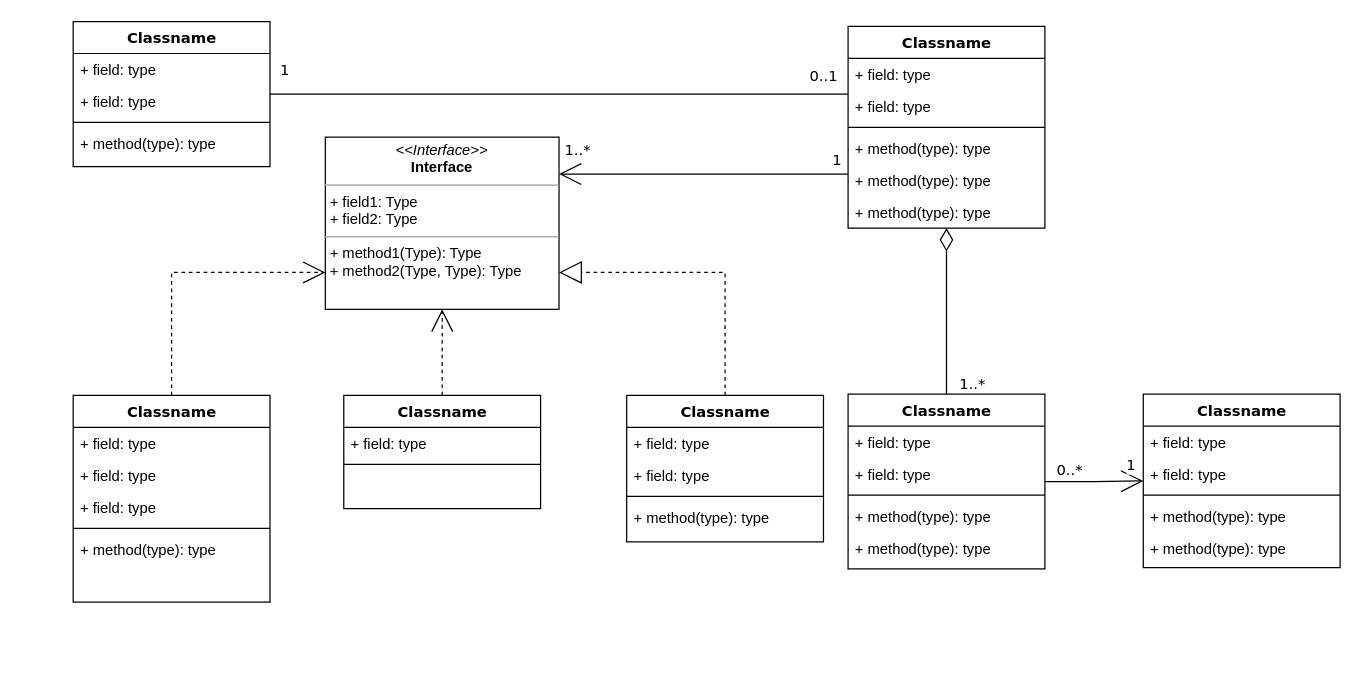
This is Untitled Diagram.drawio from amitkumar-29/java-practice, a draw.io file, before an edit. Source tidied: cells renumbered, new cells numbered last; positions are measured from the earlier drawing's top-left corner, leaving out a move shared by most shapes. Both pictures are drawn from the tidied source at 123%, with x=0, y=0 at pixel (73, 21).
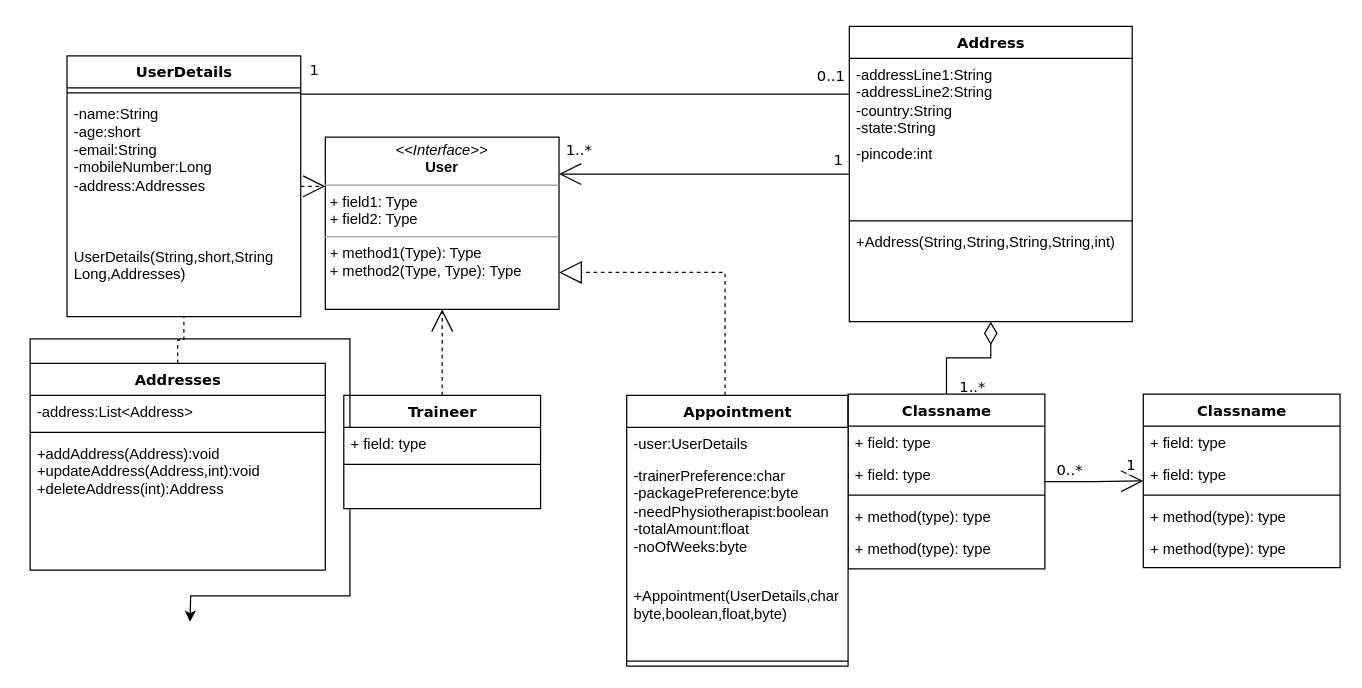
The same page after the edit.

Diff of the diagram source:
```diff
@@
-    <mxCell id="2" style="edgeStyle=orthogonalEdgeStyle;rounded=0;html=1;dashed=1;labelBackgroundColor=none;startArrow=none;startFill=0;startSize=8;endArrow=open;endFill=0;endSize=16;fontFamily=Verdana;fontSize=12;" parent="1" edge="1" source="3" target="54">
+    <mxCell id="2" style="edgeStyle=orthogonalEdgeStyle;rounded=0;html=1;dashed=1;labelBackgroundColor=none;startArrow=none;startFill=0;startSize=8;endArrow=open;endFill=0;endSize=16;fontFamily=Verdana;fontSize=12;" parent="1" edge="1" source="9" target="54">
       <mxGeometry relative="1" as="geometry">
         <Array as="points">
           <mxPoint x="80" y="204" />
         </Array>
       </mxGeometry>
     </mxCell>
+    <mxCell id="55" style="edgeStyle=orthogonalEdgeStyle;rounded=0;jettySize=auto;html=1;exitX=0;exitY=0;exitDx=0;exitDy=0;" parent="1" edge="1" source="3">
+      <mxGeometry relative="1" as="geometry">
+        <mxPoint x="95" y="488" as="targetPoint" />
+      </mxGeometry>
+    </mxCell>
-    <mxCell id="3" value="Classname" style="swimlane;html=1;fontStyle=1;align=center;verticalAlign=top;horizontal=1;startSize=26;swimlaneFillColor=#ffffff;rounded=0;shadow=0;comic=0;labelBackgroundColor=none;strokeWidth=1;fillColor=none;fontFamily=Verdana;fontSize=12;" parent="1" vertex="1">
-      <mxGeometry y="304" width="160" height="168" as="geometry" />
+    <mxCell id="3" value="Addresses" style="swimlane;html=1;fontStyle=1;align=center;verticalAlign=top;horizontal=1;startSize=26;swimlaneFillColor=#ffffff;rounded=0;shadow=0;comic=0;labelBackgroundColor=none;strokeWidth=1;fillColor=none;fontFamily=Verdana;fontSize=12;" parent="1" vertex="1">
+      <mxGeometry x="-35" y="278" width="240" height="168" as="geometry" />
     </mxCell>
-    <mxCell id="4" value="+ field: type" style="text;html=1;strokeColor=none;fillColor=none;align=left;verticalAlign=top;spacingLeft=4;spacingRight=4;whiteSpace=wrap;overflow=hidden;" parent="3" vertex="1">
-      <mxGeometry y="26" width="160" height="26" as="geometry" />
+    <mxCell id="4" value="-address:List&amp;lt;Address&amp;gt;" style="text;html=1;strokeColor=none;fillColor=none;align=left;verticalAlign=top;spacingLeft=4;spacingRight=4;whiteSpace=wrap;overflow=hidden;" parent="3" vertex="1">
+      <mxGeometry y="26" width="240" height="26" as="geometry" />
     </mxCell>
-    <mxCell id="5" value="+ field: type" style="text;html=1;strokeColor=none;fillColor=none;align=left;verticalAlign=top;spacingLeft=4;spacingRight=4;whiteSpace=wrap;overflow=hidden;" parent="3" vertex="1">
-      <mxGeometry y="52" width="160" height="26" as="geometry" />
-    </mxCell>
-    <mxCell id="6" value="+ field: type" style="text;html=1;strokeColor=none;fillColor=none;align=left;verticalAlign=top;spacingLeft=4;spacingRight=4;whiteSpace=wrap;overflow=hidden;" parent="3" vertex="1">
-      <mxGeometry y="78" width="160" height="26" as="geometry" />
-    </mxCell>
     <mxCell id="7" style="line;html=1;strokeWidth=1;fillColor=none;align=left;verticalAlign=middle;spacingTop=-1;spacingLeft=3;spacingRight=3;labelPosition=right;" parent="3" vertex="1">
-      <mxGeometry y="104" width="160" height="8" as="geometry" />
+      <mxGeometry y="52" width="240" height="8" as="geometry" />
     </mxCell>
-    <mxCell id="8" value="+ method(type): type" style="text;html=1;strokeColor=none;fillColor=none;align=left;verticalAlign=top;spacingLeft=4;spacingRight=4;whiteSpace=wrap;overflow=hidden;" parent="3" vertex="1">
-      <mxGeometry y="112" width="160" height="26" as="geometry" />
+    <mxCell id="8" value="+addAddress(Address):void&lt;br&gt;+updateAddress(Address,int):void&lt;br&gt;+deleteAddress(int):Address" style="text;html=1;strokeColor=none;fillColor=none;align=left;verticalAlign=top;spacingLeft=4;spacingRight=4;whiteSpace=wrap;overflow=hidden;" parent="3" vertex="1">
+      <mxGeometry y="60" width="240" height="90" as="geometry" />
     </mxCell>
-    <mxCell id="9" value="Classname" style="swimlane;html=1;fontStyle=1;align=center;verticalAlign=top;horizontal=1;startSize=26;swimlaneFillColor=#ffffff;rounded=0;shadow=0;comic=0;labelBackgroundColor=none;strokeWidth=1;fillColor=none;fontFamily=Verdana;fontSize=12;" parent="1" vertex="1">
-      <mxGeometry width="160" height="118" as="geometry" />
-    </mxCell>
-    <mxCell id="10" value="+ field: type" style="text;html=1;strokeColor=none;fillColor=none;align=left;verticalAlign=top;spacingLeft=4;spacingRight=4;whiteSpace=wrap;overflow=hidden;" parent="9" vertex="1">
-      <mxGeometry y="26" width="160" height="26" as="geometry" />
-    </mxCell>
-    <mxCell id="11" value="+ field: type" style="text;html=1;strokeColor=none;fillColor=none;align=left;verticalAlign=top;spacingLeft=4;spacingRight=4;whiteSpace=wrap;overflow=hidden;" parent="9" vertex="1">
-      <mxGeometry y="52" width="160" height="26" as="geometry" />
-    </mxCell>
-    <mxCell id="12" style="line;html=1;strokeWidth=1;fillColor=none;align=left;verticalAlign=middle;spacingTop=-1;spacingLeft=3;spacingRight=3;labelPosition=right;" parent="9" vertex="1">
-      <mxGeometry y="78" width="160" height="8" as="geometry" />
-    </mxCell>
-    <mxCell id="13" value="+ method(type): type" style="text;html=1;strokeColor=none;fillColor=none;align=left;verticalAlign=top;spacingLeft=4;spacingRight=4;whiteSpace=wrap;overflow=hidden;" parent="9" vertex="1">
-      <mxGeometry y="86" width="160" height="26" as="geometry" />
-    </mxCell>
@@
-    <mxCell id="20" value="Classname" style="swimlane;html=1;fontStyle=1;align=center;verticalAlign=top;horizontal=1;startSize=26;swimlaneFillColor=#ffffff;rounded=0;shadow=0;comic=0;labelBackgroundColor=none;strokeWidth=1;fillColor=none;fontFamily=Verdana;fontSize=12;" parent="1" vertex="1">
-      <mxGeometry x="630" y="4" width="160" height="164" as="geometry" />
+    <mxCell id="20" value="Address" style="swimlane;html=1;fontStyle=1;align=center;verticalAlign=top;horizontal=1;startSize=26;swimlaneFillColor=#ffffff;rounded=0;shadow=0;comic=0;labelBackgroundColor=none;strokeWidth=1;fillColor=none;fontFamily=Verdana;fontSize=12;" parent="1" vertex="1">
+      <mxGeometry x="631" y="4" width="230" height="240" as="geometry" />
     </mxCell>
-    <mxCell id="21" value="+ field: type" style="text;html=1;strokeColor=none;fillColor=none;align=left;verticalAlign=top;spacingLeft=4;spacingRight=4;whiteSpace=wrap;overflow=hidden;" parent="20" vertex="1">
-      <mxGeometry y="26" width="160" height="26" as="geometry" />
-    </mxCell>
-    <mxCell id="22" value="+ field: type" style="text;html=1;strokeColor=none;fillColor=none;align=left;verticalAlign=top;spacingLeft=4;spacingRight=4;whiteSpace=wrap;overflow=hidden;" parent="20" vertex="1">
-      <mxGeometry y="52" width="160" height="26" as="geometry" />
+    <mxCell id="22" value="-addressLine1:String&lt;br&gt;-addressLine2:String&lt;br&gt;-country:String&lt;br&gt;-state:String" style="text;html=1;strokeColor=none;fillColor=none;align=left;verticalAlign=top;spacingLeft=4;spacingRight=4;whiteSpace=wrap;overflow=hidden;" parent="20" vertex="1">
+      <mxGeometry y="26" width="230" height="64" as="geometry" />
     </mxCell>
+    <mxCell id="56" value="-pincode:int" style="text;html=1;strokeColor=none;fillColor=none;align=left;verticalAlign=top;spacingLeft=4;spacingRight=4;whiteSpace=wrap;overflow=hidden;" parent="20" vertex="1">
+      <mxGeometry y="90" width="230" height="64" as="geometry" />
+    </mxCell>
     <mxCell id="23" style="line;html=1;strokeWidth=1;fillColor=none;align=left;verticalAlign=middle;spacingTop=-1;spacingLeft=3;spacingRight=3;labelPosition=right;" parent="20" vertex="1">
-      <mxGeometry y="78" width="160" height="8" as="geometry" />
+      <mxGeometry y="154" width="230" height="8" as="geometry" />
     </mxCell>
-    <mxCell id="24" value="+ method(type): type" style="text;html=1;strokeColor=none;fillColor=none;align=left;verticalAlign=top;spacingLeft=4;spacingRight=4;whiteSpace=wrap;overflow=hidden;" parent="20" vertex="1">
-      <mxGeometry y="86" width="160" height="26" as="geometry" />
-    </mxCell>
-    <mxCell id="25" value="+ method(type): type" style="text;html=1;strokeColor=none;fillColor=none;align=left;verticalAlign=top;spacingLeft=4;spacingRight=4;whiteSpace=wrap;overflow=hidden;" parent="20" vertex="1">
-      <mxGeometry y="112" width="160" height="26" as="geometry" />
-    </mxCell>
-    <mxCell id="26" value="+ method(type): type" style="text;html=1;strokeColor=none;fillColor=none;align=left;verticalAlign=top;spacingLeft=4;spacingRight=4;whiteSpace=wrap;overflow=hidden;" parent="20" vertex="1">
-      <mxGeometry y="138" width="160" height="26" as="geometry" />
+    <mxCell id="26" value="+Address(String,String,String,String,int)" style="text;html=1;strokeColor=none;fillColor=none;align=left;verticalAlign=top;spacingLeft=4;spacingRight=4;whiteSpace=wrap;overflow=hidden;" parent="20" vertex="1">
+      <mxGeometry y="162" width="230" height="26" as="geometry" />
     </mxCell>
@@
-    <mxCell id="28" value="Classname" style="swimlane;html=1;fontStyle=1;align=center;verticalAlign=top;horizontal=1;startSize=26;swimlaneFillColor=#ffffff;rounded=0;shadow=0;comic=0;labelBackgroundColor=none;strokeWidth=1;fillColor=none;fontFamily=Verdana;fontSize=12;" parent="1" vertex="1">
+    <mxCell id="28" value="Traineer" style="swimlane;html=1;fontStyle=1;align=center;verticalAlign=top;horizontal=1;startSize=26;swimlaneFillColor=#ffffff;rounded=0;shadow=0;comic=0;labelBackgroundColor=none;strokeWidth=1;fillColor=none;fontFamily=Verdana;fontSize=12;" parent="1" vertex="1">
       <mxGeometry x="220" y="304" width="160" height="92" as="geometry" />
     </mxCell>
@@
-    <mxCell id="49" value="Classname" style="swimlane;html=1;fontStyle=1;align=center;verticalAlign=top;horizontal=1;startSize=26;swimlaneFillColor=#ffffff;rounded=0;shadow=0;comic=0;labelBackgroundColor=none;strokeWidth=1;fillColor=none;fontFamily=Verdana;fontSize=12;" parent="1" vertex="1">
-      <mxGeometry x="450" y="304" width="160" height="119" as="geometry" />
+    <mxCell id="49" value="Appointment" style="swimlane;html=1;fontStyle=1;align=center;verticalAlign=top;horizontal=1;startSize=26;swimlaneFillColor=#ffffff;rounded=0;shadow=0;comic=0;labelBackgroundColor=none;strokeWidth=1;fillColor=none;fontFamily=Verdana;fontSize=12;" parent="1" vertex="1">
+      <mxGeometry x="450" y="304" width="180" height="220" as="geometry" />
     </mxCell>
-    <mxCell id="50" value="+ field: type" style="text;html=1;strokeColor=none;fillColor=none;align=left;verticalAlign=top;spacingLeft=4;spacingRight=4;whiteSpace=wrap;overflow=hidden;" parent="49" vertex="1">
-      <mxGeometry y="26" width="160" height="26" as="geometry" />
+    <mxCell id="50" value="-user:UserDetails" style="text;html=1;strokeColor=none;fillColor=none;align=left;verticalAlign=top;spacingLeft=4;spacingRight=4;whiteSpace=wrap;overflow=hidden;" parent="49" vertex="1">
+      <mxGeometry y="26" width="180" height="26" as="geometry" />
     </mxCell>
-    <mxCell id="51" value="+ field: type" style="text;html=1;strokeColor=none;fillColor=none;align=left;verticalAlign=top;spacingLeft=4;spacingRight=4;whiteSpace=wrap;overflow=hidden;" parent="49" vertex="1">
-      <mxGeometry y="52" width="160" height="26" as="geometry" />
+    <mxCell id="51" value="-trainerPreference:char&lt;br&gt;-packagePreference:byte&lt;br&gt;-needPhysiotherapist:boolean&lt;br&gt;-totalAmount:float&lt;br&gt;-noOfWeeks:byte" style="text;html=1;strokeColor=none;fillColor=none;align=left;verticalAlign=top;spacingLeft=4;spacingRight=4;whiteSpace=wrap;overflow=hidden;" parent="49" vertex="1">
+      <mxGeometry y="52" width="180" height="98" as="geometry" />
     </mxCell>
+    <mxCell id="53" value="+Appointment(UserDetails,char&lt;br&gt;byte,boolean,float,byte)" style="text;html=1;strokeColor=none;fillColor=none;align=left;verticalAlign=top;spacingLeft=4;spacingRight=4;whiteSpace=wrap;overflow=hidden;" parent="49" vertex="1">
+      <mxGeometry y="150" width="180" height="62" as="geometry" />
+    </mxCell>
     <mxCell id="52" style="line;html=1;strokeWidth=1;fillColor=none;align=left;verticalAlign=middle;spacingTop=-1;spacingLeft=3;spacingRight=3;labelPosition=right;" parent="49" vertex="1">
-      <mxGeometry y="78" width="160" height="8" as="geometry" />
+      <mxGeometry y="212" width="180" height="8" as="geometry" />
     </mxCell>
-    <mxCell id="53" value="+ method(type): type" style="text;html=1;strokeColor=none;fillColor=none;align=left;verticalAlign=top;spacingLeft=4;spacingRight=4;whiteSpace=wrap;overflow=hidden;" parent="49" vertex="1">
-      <mxGeometry y="86" width="160" height="26" as="geometry" />
-    </mxCell>
-    <mxCell id="54" value="&lt;p style=&quot;margin:0px;margin-top:4px;text-align:center;&quot;&gt;&lt;i&gt;&amp;lt;&amp;lt;Interface&amp;gt;&amp;gt;&lt;/i&gt;&lt;br/&gt;&lt;b&gt;Interface&lt;/b&gt;&lt;/p&gt;&lt;hr size=&quot;1&quot;/&gt;&lt;p style=&quot;margin:0px;margin-left:4px;&quot;&gt;+ field1: Type&lt;br/&gt;+ field2: Type&lt;/p&gt;&lt;hr size=&quot;1&quot;/&gt;&lt;p style=&quot;margin:0px;margin-left:4px;&quot;&gt;+ method1(Type): Type&lt;br/&gt;+ method2(Type, Type): Type&lt;/p&gt;" style="verticalAlign=top;align=left;overflow=fill;fontSize=12;fontFamily=Helvetica;html=1;rounded=0;shadow=0;comic=0;labelBackgroundColor=none;strokeWidth=1;" parent="1" vertex="1">
+    <mxCell id="54" value="&lt;p style=&quot;margin: 0px ; margin-top: 4px ; text-align: center&quot;&gt;&lt;i&gt;&amp;lt;&amp;lt;Interface&amp;gt;&amp;gt;&lt;/i&gt;&lt;br&gt;&lt;b&gt;User&lt;/b&gt;&lt;/p&gt;&lt;hr size=&quot;1&quot;&gt;&lt;p style=&quot;margin: 0px ; margin-left: 4px&quot;&gt;+ field1: Type&lt;br&gt;+ field2: Type&lt;/p&gt;&lt;hr size=&quot;1&quot;&gt;&lt;p style=&quot;margin: 0px ; margin-left: 4px&quot;&gt;+ method1(Type): Type&lt;br&gt;+ method2(Type, Type): Type&lt;/p&gt;" style="verticalAlign=top;align=left;overflow=fill;fontSize=12;fontFamily=Helvetica;html=1;rounded=0;shadow=0;comic=0;labelBackgroundColor=none;strokeWidth=1;" parent="1" vertex="1">
       <mxGeometry x="205" y="94" width="190" height="140" as="geometry" />
     </mxCell>
+    <mxCell id="9" value="UserDetails" style="swimlane;html=1;fontStyle=1;align=center;verticalAlign=top;horizontal=1;startSize=26;swimlaneFillColor=#ffffff;rounded=0;shadow=0;comic=0;labelBackgroundColor=none;strokeWidth=1;fillColor=none;fontFamily=Verdana;fontSize=12;" parent="1" vertex="1">
+      <mxGeometry x="-5" y="28" width="190" height="212" as="geometry" />
+    </mxCell>
+    <mxCell id="12" style="line;html=1;strokeWidth=1;fillColor=none;align=left;verticalAlign=middle;spacingTop=-1;spacingLeft=3;spacingRight=3;labelPosition=right;" parent="9" vertex="1">
+      <mxGeometry y="26" width="190" height="8" as="geometry" />
+    </mxCell>
+    <mxCell id="11" value="-name:String&lt;br&gt;-age:short&lt;br&gt;-email:String&lt;br&gt;-mobileNumber:Long&lt;br&gt;-address:Addresses" style="text;html=1;strokeColor=none;fillColor=none;align=left;verticalAlign=top;spacingLeft=4;spacingRight=4;whiteSpace=wrap;overflow=hidden;" parent="9" vertex="1">
+      <mxGeometry y="34" width="190" height="116" as="geometry" />
+    </mxCell>
+    <mxCell id="13" value="UserDetails(String,short,String&lt;br&gt;Long,Addresses)" style="text;html=1;strokeColor=none;fillColor=none;align=left;verticalAlign=top;spacingLeft=4;spacingRight=4;whiteSpace=wrap;overflow=hidden;" parent="9" vertex="1">
+      <mxGeometry y="150" width="190" height="50" as="geometry" />
+    </mxCell>
+    <mxCell id="57" style="edgeStyle=orthogonalEdgeStyle;rounded=0;html=1;dashed=1;labelBackgroundColor=none;startArrow=none;startFill=0;startSize=8;endArrow=none;endFill=0;endSize=16;fontFamily=Verdana;fontSize=12;" parent="1" edge="1" source="3" target="9">
+      <mxGeometry relative="1" as="geometry" />
+    </mxCell>
```
